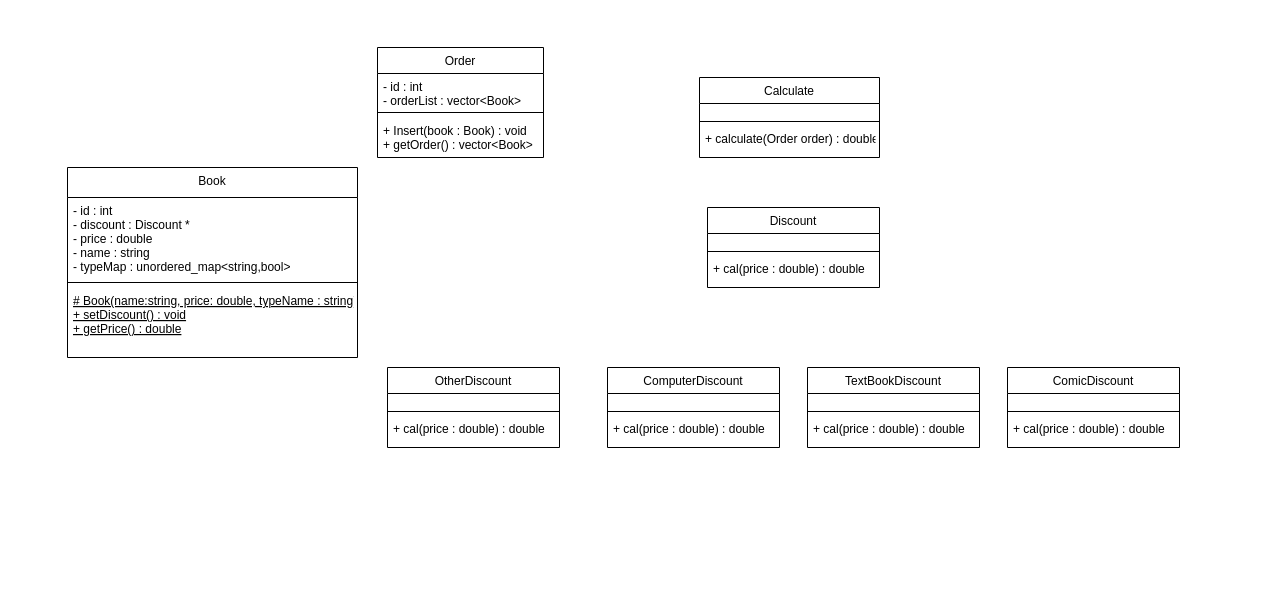
Above: 商城类图.drawio in guaguastandup/UML_lesson (draw.io), before the change. Source tidied: cells renumbered, new cells numbered last; positions are measured from the earlier drawing's top-left corner, leaving out a move shared by most shapes. Both pictures are drawn from the tidied source at 100%, with x=0, y=0 at pixel (67, 47).
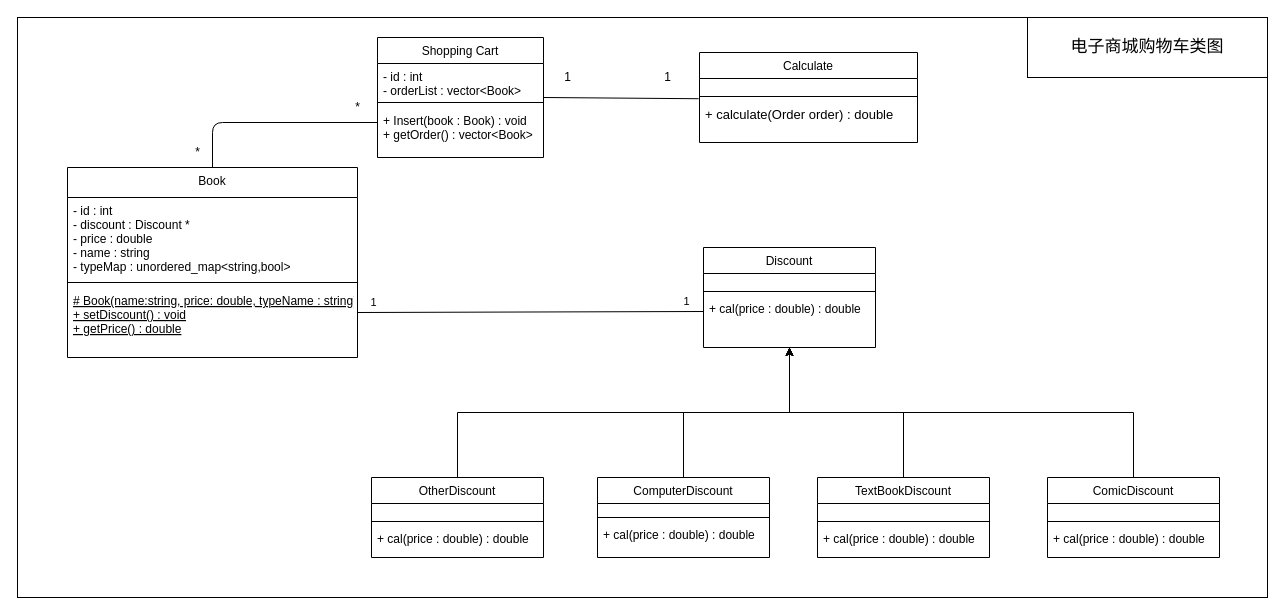
The same page after the edit.

The change refers to these unchanged cells:
```xml
<mxCell id="2" value="Book" style="swimlane;fontStyle=0;align=center;verticalAlign=top;horizontal=1;startSize=30;rounded=0;shadow=0;strokeWidth=1;" parent="1" vertex="1">
  <mxGeometry y="120" width="290" height="190" as="geometry" />
</mxCell>
<mxCell id="5" value="# Book(name:string, price: double, typeName : string)&#10;+ setDiscount() : void&#10;+ getPrice() : double&#10;&#10;" style="text;align=left;verticalAlign=top;spacingLeft=4;spacingRight=4;overflow=hidden;points=[[0,0.5],[1,0.5]];portConstraint=eastwest;fontStyle=4;" parent="2" vertex="1">
  <mxGeometry y="120" width="290" height="50" as="geometry" />
</mxCell>
<mxCell id="9" value="+ Insert(book : Book) : void&#10;+ getOrder() : vector&lt;Book&gt;" style="text;align=left;verticalAlign=top;spacingLeft=4;spacingRight=4;overflow=hidden;points=[[0,0.5],[1,0.5]];portConstraint=eastwest;" parent="6" vertex="1">
  <mxGeometry y="70" width="166" height="30" as="geometry" />
</mxCell>
<mxCell id="13" value="+ cal(price : double) : double" style="text;align=left;verticalAlign=top;spacingLeft=4;spacingRight=4;overflow=hidden;points=[[0,0.5],[1,0.5]];portConstraint=eastwest;" parent="10" vertex="1">
  <mxGeometry y="48" width="172" height="32" as="geometry" />
</mxCell>
```

Diff of the diagram source:
```diff
@@
+    <mxCell id="34" style="rounded=0;whiteSpace=wrap;html=1;" parent="1" vertex="1">
+      <mxGeometry x="-50" y="-30" width="1250" height="580" as="geometry" />
+    </mxCell>
@@
-    <mxCell id="6" value="Order" style="swimlane;fontStyle=0;align=center;verticalAlign=top;horizontal=1;startSize=26;rounded=0;shadow=0;strokeWidth=1;" parent="1" vertex="1">
-      <mxGeometry x="310" width="166" height="110" as="geometry" />
+    <mxCell id="6" value="Shopping Cart" style="swimlane;fontStyle=0;align=center;verticalAlign=top;horizontal=1;startSize=26;rounded=0;shadow=0;strokeWidth=1;" parent="1" vertex="1">
+      <mxGeometry x="310" y="-10" width="166" height="120" as="geometry" />
     </mxCell>
@@
     <mxCell id="10" value="Discount" style="swimlane;fontStyle=0;align=center;verticalAlign=top;horizontal=1;startSize=26;rounded=0;shadow=0;strokeWidth=1;" parent="1" vertex="1">
-      <mxGeometry x="640" y="160" width="172" height="80" as="geometry" />
+      <mxGeometry x="636" y="200" width="172" height="100" as="geometry" />
     </mxCell>
@@
     <mxCell id="14" value="Calculate" style="swimlane;fontStyle=0;align=center;verticalAlign=top;horizontal=1;startSize=26;rounded=0;shadow=0;strokeWidth=1;" parent="1" vertex="1">
-      <mxGeometry x="632" y="30" width="180" height="80" as="geometry" />
+      <mxGeometry x="632" y="5" width="218" height="90" as="geometry" />
     </mxCell>
     <mxCell id="15" value="    " style="text;align=left;verticalAlign=top;spacingLeft=4;spacingRight=4;overflow=hidden;" parent="14" vertex="1">
-      <mxGeometry y="26" width="180" height="14" as="geometry" />
+      <mxGeometry y="26" width="218" height="14" as="geometry" />
     </mxCell>
     <mxCell id="16" style="line;html=1;strokeWidth=1;align=left;verticalAlign=middle;spacingTop=-1;spacingLeft=3;spacingRight=3;labelPosition=right;" parent="14" vertex="1">
-      <mxGeometry y="40" width="180" height="8" as="geometry" />
+      <mxGeometry y="40" width="218" height="8" as="geometry" />
     </mxCell>
-    <mxCell id="17" value="+ calculate(Order order) : double" style="text;align=left;verticalAlign=top;spacingLeft=4;spacingRight=4;overflow=hidden;points=[[0,0.5],[1,0.5]];portConstraint=eastwest;" parent="14" vertex="1">
-      <mxGeometry y="48" width="180" height="30" as="geometry" />
+    <mxCell id="17" value="+ calculate(Order order) : double" style="text;align=left;verticalAlign=top;spacingLeft=4;spacingRight=4;overflow=hidden;points=[[0,0.5],[1,0.5]];portConstraint=eastwest;fontSize=13;" parent="14" vertex="1">
+      <mxGeometry y="48" width="218" height="30" as="geometry" />
     </mxCell>
+    <mxCell id="35" style="edgeStyle=orthogonalEdgeStyle;rounded=0;jettySize=auto;html=1;exitX=0.5;exitY=0;exitDx=0;exitDy=0;entryX=0.5;entryY=1;entryDx=0;entryDy=0;" parent="1" edge="1" source="18" target="10">
+      <mxGeometry relative="1" as="geometry" />
+    </mxCell>
     <mxCell id="18" value="OtherDiscount" style="swimlane;fontStyle=0;align=center;verticalAlign=top;horizontal=1;startSize=26;rounded=0;shadow=0;strokeWidth=1;" parent="1" vertex="1">
-      <mxGeometry x="320" y="320" width="172" height="80" as="geometry" />
+      <mxGeometry x="304" y="430" width="172" height="80" as="geometry" />
     </mxCell>
@@
+    <mxCell id="36" style="edgeStyle=orthogonalEdgeStyle;rounded=0;jettySize=auto;html=1;exitX=0.5;exitY=0;exitDx=0;exitDy=0;entryX=0.5;entryY=1;entryDx=0;entryDy=0;" parent="1" edge="1" source="22" target="10">
+      <mxGeometry relative="1" as="geometry" />
+    </mxCell>
     <mxCell id="22" value="ComputerDiscount" style="swimlane;fontStyle=0;align=center;verticalAlign=top;horizontal=1;startSize=26;rounded=0;shadow=0;strokeWidth=1;" parent="1" vertex="1">
-      <mxGeometry x="540" y="320" width="172" height="80" as="geometry" />
+      <mxGeometry x="530" y="430" width="172" height="80" as="geometry" />
     </mxCell>
     <mxCell id="23" value="    " style="text;align=left;verticalAlign=top;spacingLeft=4;spacingRight=4;overflow=hidden;" parent="22" vertex="1">
-      <mxGeometry y="26" width="172" height="14" as="geometry" />
+      <mxGeometry y="26" width="172" height="10" as="geometry" />
     </mxCell>
     <mxCell id="24" style="line;html=1;strokeWidth=1;align=left;verticalAlign=middle;spacingTop=-1;spacingLeft=3;spacingRight=3;labelPosition=right;" parent="22" vertex="1">
-      <mxGeometry y="40" width="172" height="8" as="geometry" />
+      <mxGeometry y="36" width="172" height="8" as="geometry" />
     </mxCell>
     <mxCell id="25" value="+ cal(price : double) : double" style="text;align=left;verticalAlign=top;spacingLeft=4;spacingRight=4;overflow=hidden;" parent="22" vertex="1">
-      <mxGeometry y="48" width="172" height="32" as="geometry" />
+      <mxGeometry y="44" width="172" height="32" as="geometry" />
     </mxCell>
+    <mxCell id="37" style="edgeStyle=orthogonalEdgeStyle;rounded=0;jettySize=auto;html=1;exitX=0.5;exitY=0;exitDx=0;exitDy=0;entryX=0.5;entryY=1;entryDx=0;entryDy=0;" parent="1" edge="1" source="26" target="10">
+      <mxGeometry relative="1" as="geometry" />
+    </mxCell>
     <mxCell id="26" value="ComicDiscount" style="swimlane;fontStyle=0;align=center;verticalAlign=top;horizontal=1;startSize=26;rounded=0;shadow=0;strokeWidth=1;" parent="1" vertex="1">
-      <mxGeometry x="940" y="320" width="172" height="80" as="geometry" />
+      <mxGeometry x="980" y="430" width="172" height="80" as="geometry" />
     </mxCell>
@@
+    <mxCell id="38" style="edgeStyle=orthogonalEdgeStyle;rounded=0;jettySize=auto;html=1;exitX=0.5;exitY=0;exitDx=0;exitDy=0;entryX=0.5;entryY=1;entryDx=0;entryDy=0;" parent="1" edge="1" source="30" target="10">
+      <mxGeometry relative="1" as="geometry" />
+    </mxCell>
     <mxCell id="30" value="TextBookDiscount" style="swimlane;fontStyle=0;align=center;verticalAlign=top;horizontal=1;startSize=26;rounded=0;shadow=0;strokeWidth=1;" parent="1" vertex="1">
-      <mxGeometry x="740" y="320" width="172" height="80" as="geometry" />
+      <mxGeometry x="750" y="430" width="172" height="80" as="geometry" />
     </mxCell>
@@
+    <mxCell id="39" style="endArrow=none;html=1;entryX=0;entryY=0.5;entryDx=0;entryDy=0;exitX=1;exitY=0.5;exitDx=0;exitDy=0;" parent="1" edge="1" source="5" target="13">
+      <mxGeometry relative="1" as="geometry" />
+    </mxCell>
+    <mxCell id="40" value="1" style="edgeLabel;html=1;align=center;verticalAlign=middle;" parent="39" vertex="1">
+      <mxGeometry x="-0.91" y="10" relative="1" as="geometry" />
+    </mxCell>
+    <mxCell id="41" value="1" style="edgeLabel;html=1;align=center;verticalAlign=middle;" parent="39" vertex="1">
+      <mxGeometry x="0.9" y="11" relative="1" as="geometry" />
+    </mxCell>
+    <mxCell id="42" style="endArrow=none;html=1;exitX=1;exitY=0.5;exitDx=0;exitDy=0;entryX=-0.004;entryY=-0.059;entryDx=0;entryDy=0;entryPerimeter=0;" parent="1" edge="1" source="6" target="17">
+      <mxGeometry relative="1" as="geometry" />
+    </mxCell>
+    <mxCell id="43" value="1" style="text;html=1;align=center;verticalAlign=middle;" parent="1" vertex="1">
+      <mxGeometry x="490" y="20" width="20" height="20" as="geometry" />
+    </mxCell>
+    <mxCell id="44" value="1" style="text;html=1;align=center;verticalAlign=middle;" parent="1" vertex="1">
+      <mxGeometry x="590" y="20" width="20" height="20" as="geometry" />
+    </mxCell>
+    <mxCell id="45" style="endArrow=none;html=1;exitX=0.5;exitY=0;exitDx=0;exitDy=0;entryX=0;entryY=0.5;entryDx=0;entryDy=0;" parent="1" edge="1" source="2" target="9">
+      <mxGeometry relative="1" as="geometry">
+        <Array as="points">
+          <mxPoint x="145" y="75" />
+        </Array>
+      </mxGeometry>
+    </mxCell>
+    <mxCell id="46" value="*" style="text;html=1;align=center;verticalAlign=middle;" parent="1" vertex="1">
+      <mxGeometry x="120" y="95" width="20" height="20" as="geometry" />
+    </mxCell>
+    <mxCell id="47" value="*" style="text;html=1;align=center;verticalAlign=middle;" parent="1" vertex="1">
+      <mxGeometry x="280" y="50" width="20" height="20" as="geometry" />
+    </mxCell>
+    <mxCell id="48" value="&lt;font style=&quot;font-size: 17px&quot;&gt;电子商城购物车类图&lt;/font&gt;" style="rounded=0;whiteSpace=wrap;html=1;" parent="1" vertex="1">
+      <mxGeometry x="960" y="-30" width="240" height="60" as="geometry" />
+    </mxCell>
```
